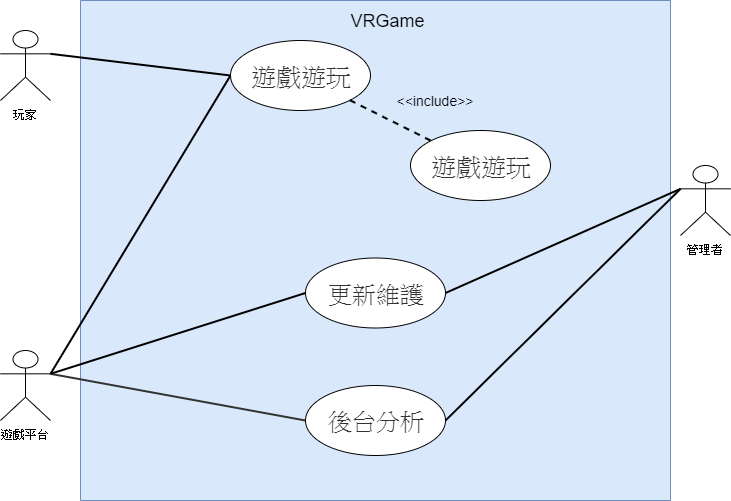
This is 使用案例圖.png from 0624036/0624036_OO, a draw.io export, as it was before one commit. Source tidied: cells renumbered, new cells last; positions are measured from the earlier drawing's top-left corner, leaving out a move shared by most shapes.
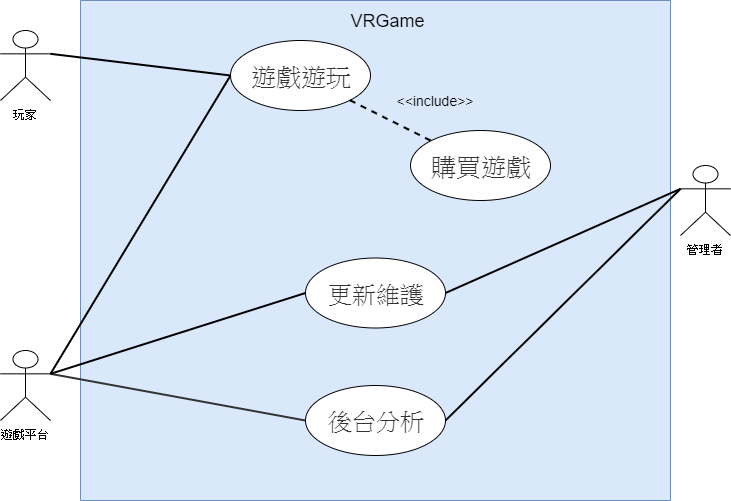
The same diagram one commit later.

Commit message:
All使用案例圖.png

The edit, as a diff of the source:
```diff
@@ -44,7 +44,7 @@
     <mxCell id="15" style="endArrow=none;html=1;fontSize=17;entryX=0;entryY=0.3333333333333333;entryDx=0;entryDy=0;strokeWidth=2;exitX=1;exitY=0.5;exitDx=0;exitDy=0;entryPerimeter=0;" parent="1" edge="1" source="10" target="6">
       <mxGeometry relative="1" as="geometry" />
     </mxCell>
-    <mxCell id="16" value="&lt;span style=&quot;color: rgb(51 , 51 , 51) ; font-size: 25px&quot;&gt;遊戲遊玩&lt;/span&gt;" style="ellipse;whiteSpace=wrap;html=1;" parent="1" vertex="1">
+    <mxCell id="16" value="&lt;font color=&quot;#333333&quot;&gt;&lt;span style=&quot;font-size: 25px&quot;&gt;購買遊戲&lt;/span&gt;&lt;/font&gt;" style="ellipse;whiteSpace=wrap;html=1;" parent="1" vertex="1">
       <mxGeometry x="410" y="130" width="140" height="70" as="geometry" />
     </mxCell>
     <mxCell id="17" style="endArrow=none;html=1;fontSize=17;entryX=0;entryY=0;entryDx=0;entryDy=0;strokeWidth=2;exitX=1;exitY=1;exitDx=0;exitDy=0;dashed=1;" parent="1" edge="1" source="9" target="16">
```
